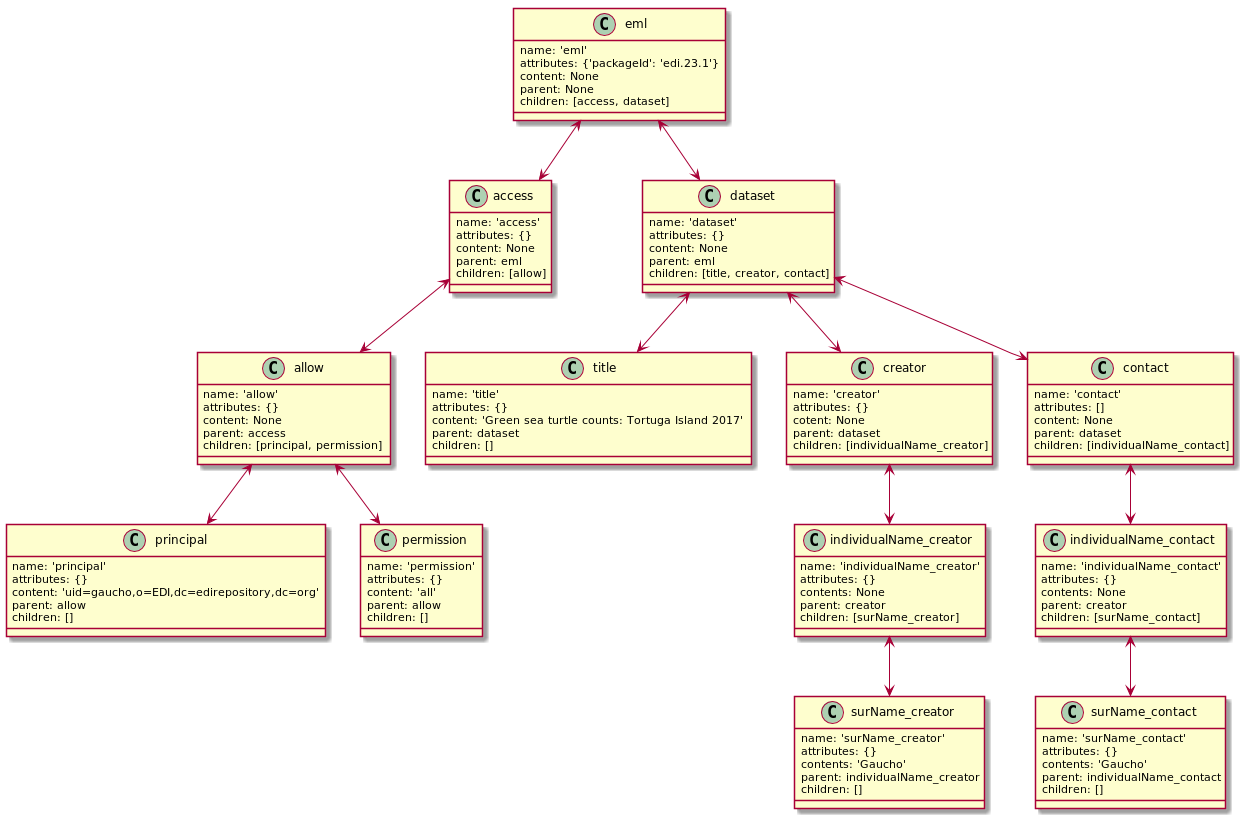
Above: docs/eml_model.png in PASTAplus/metapype-eml (PlantUML), before the change.
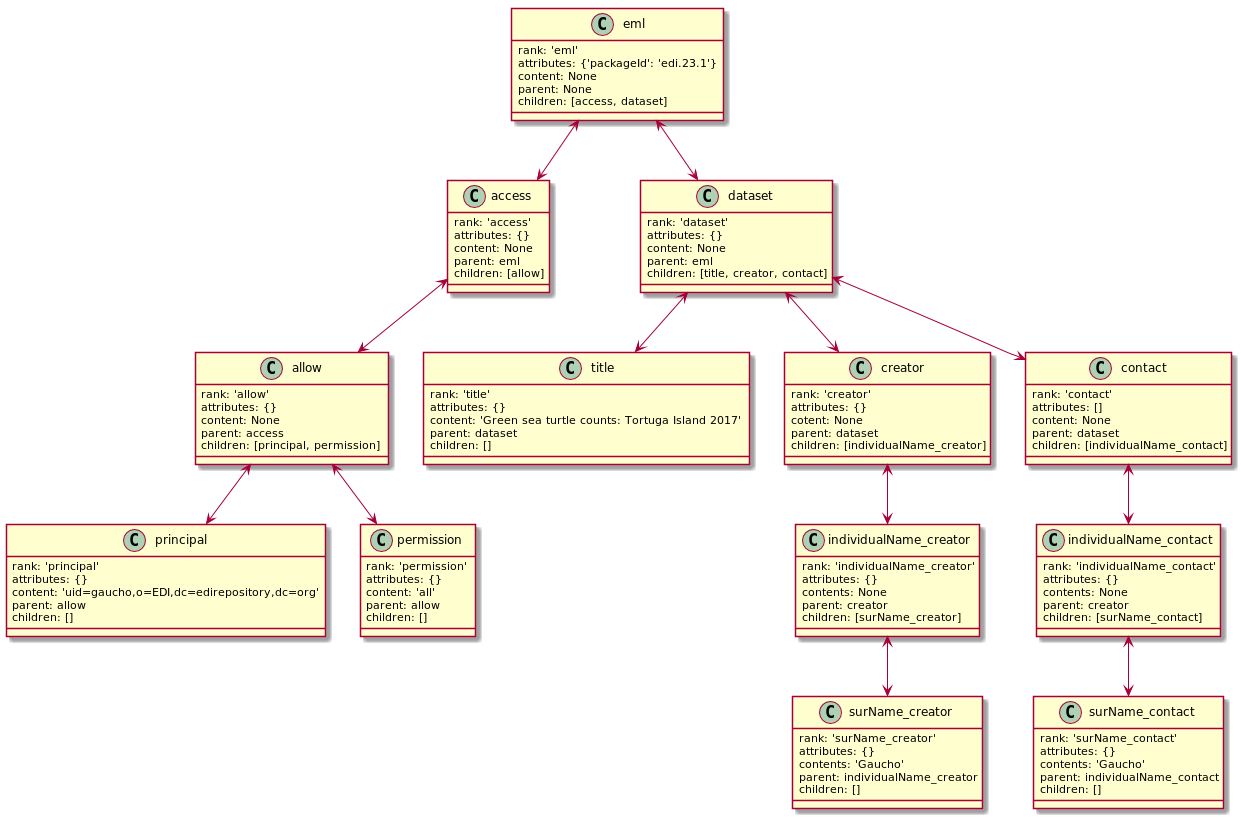
After the change.

What changed in the source:
```diff
@@ -1,7 +1,7 @@
 @startuml
 
 class eml {
-    name: 'eml'
+    rank: 'eml'
     attributes: {'packageId': 'edi.23.1'}
     content: None
     parent: None
@@ -9,7 +9,7 @@
 }
 
 class access {
-    name: 'access'
+    rank: 'access'
     attributes: {}
     content: None
     parent: eml
@@ -17,7 +17,7 @@
 }
 
 class allow {
-    name: 'allow'
+    rank: 'allow'
     attributes: {}
     content: None
     parent: access
@@ -25,7 +25,7 @@
 }
 
 class principal {
-    name: 'principal'
+    rank: 'principal'
     attributes: {}
     content: 'uid=gaucho,o=EDI,dc=edirepository,dc=org'
     parent: allow
@@ -33,7 +33,7 @@
 }
 
 class permission {
-    name: 'permission'
+    rank: 'permission'
     attributes: {}
     content: 'all'
     parent: allow
@@ -41,7 +41,7 @@
 }
 
 class dataset {
-    name: 'dataset'
+    rank: 'dataset'
     attributes: {}
     content: None
     parent: eml
@@ -49,7 +49,7 @@
 }
 
 class title {
-    name: 'title'
+    rank: 'title'
     attributes: {}
     content: 'Green sea turtle counts: Tortuga Island 2017'
     parent: dataset
@@ -57,7 +57,7 @@
 }
 
 class creator {
-    name: 'creator'
+    rank: 'creator'
     attributes: {}
     cotent: None
     parent: dataset
@@ -65,7 +65,7 @@
 }
 
 class individualName_creator {
-    name: 'individualName_creator'
+    rank: 'individualName_creator'
     attributes: {}
     contents: None
     parent: creator
@@ -73,7 +73,7 @@
 }
 
 class surName_creator {
-    name: 'surName_creator'
+    rank: 'surName_creator'
     attributes: {}
     contents: 'Gaucho'
     parent: individualName_creator
@@ -81,7 +81,7 @@
 }
 
 class contact {
-    name: 'contact'
+    rank: 'contact'
     attributes: []
     content: None
     parent: dataset
@@ -89,7 +89,7 @@
 }
 
 class individualName_contact {
-    name: 'individualName_contact'
+    rank: 'individualName_contact'
     attributes: {}
     contents: None
     parent: creator
@@ -97,7 +97,7 @@
 }
 
 class surName_contact {
-    name: 'surName_contact'
+    rank: 'surName_contact'
     attributes: {}
     contents: 'Gaucho'
     parent: individualName_contact
```
